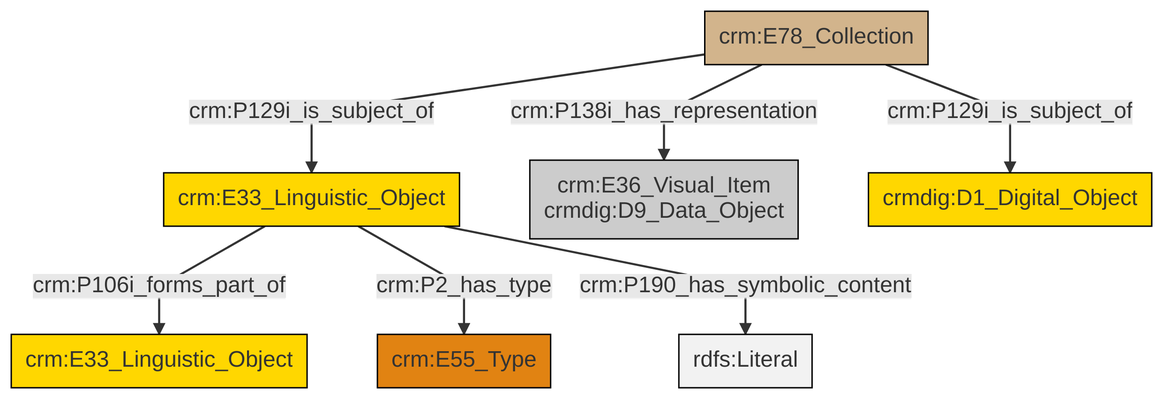
Above: et/archivalCSV/ttl/mmd/png/archival_docs.png in swiss-art-research-net/docs.swissartresearch (Mermaid), before the change. Its source is kept beside it as et/archivalCSV/ttl/mmd/archival_docs.ttl.mmd.
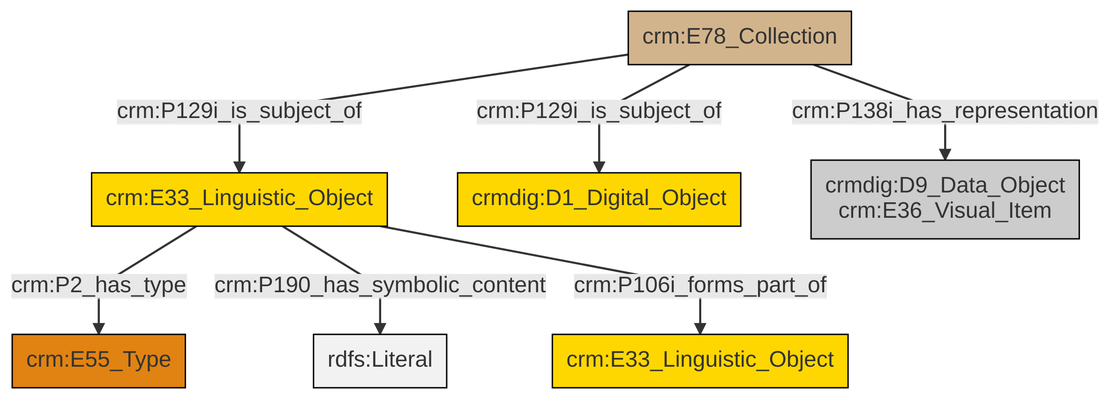
The same file after the commit.

Diff of the diagram source:
```diff
@@ -13,9 +13,9 @@
 classDef PC_Classes fill:#4ce600, stroke:#000000;
 classDef Multi fill:#cccccc,stroke:#000000;
 
-0["crm:E33_Linguistic_Object"]:::Conceptual_Object -->|crm:P106i_forms_part_of| 1["crm:E33_Linguistic_Object"]:::Conceptual_Object
-0["crm:E33_Linguistic_Object"]:::Conceptual_Object -->|crm:P2_has_type| 5["crm:E55_Type"]:::Type
-11["crm:E78_Collection"]:::Physical_Thing -->|crm:P129i_is_subject_of| 0["crm:E33_Linguistic_Object"]:::Conceptual_Object
-11["crm:E78_Collection"]:::Physical_Thing -->|crm:P138i_has_representation| 2["crm:E36_Visual_Item<br>crmdig:D9_Data_Object"]:::Multi
-0["crm:E33_Linguistic_Object"]:::Conceptual_Object -->|crm:P190_has_symbolic_content| 14[rdfs:Literal]:::Literal
-11["crm:E78_Collection"]:::Physical_Thing -->|crm:P129i_is_subject_of| 8["crmdig:D1_Digital_Object"]:::Conceptual_Object
+0["crm:E78_Collection"]:::Physical_Thing -->|crm:P129i_is_subject_of| 1["crm:E33_Linguistic_Object"]:::Conceptual_Object
+1["crm:E33_Linguistic_Object"]:::Conceptual_Object -->|crm:P2_has_type| 4["crm:E55_Type"]:::Type
+0["crm:E78_Collection"]:::Physical_Thing -->|crm:P138i_has_representation| 7["crmdig:D9_Data_Object<br>crm:E36_Visual_Item"]:::Multi
+0["crm:E78_Collection"]:::Physical_Thing -->|crm:P129i_is_subject_of| 2["crmdig:D1_Digital_Object"]:::Conceptual_Object
+1["crm:E33_Linguistic_Object"]:::Conceptual_Object -->|crm:P190_has_symbolic_content| 12[rdfs:Literal]:::Literal
+1["crm:E33_Linguistic_Object"]:::Conceptual_Object -->|crm:P106i_forms_part_of| 13["crm:E33_Linguistic_Object"]:::Conceptual_Object
```
